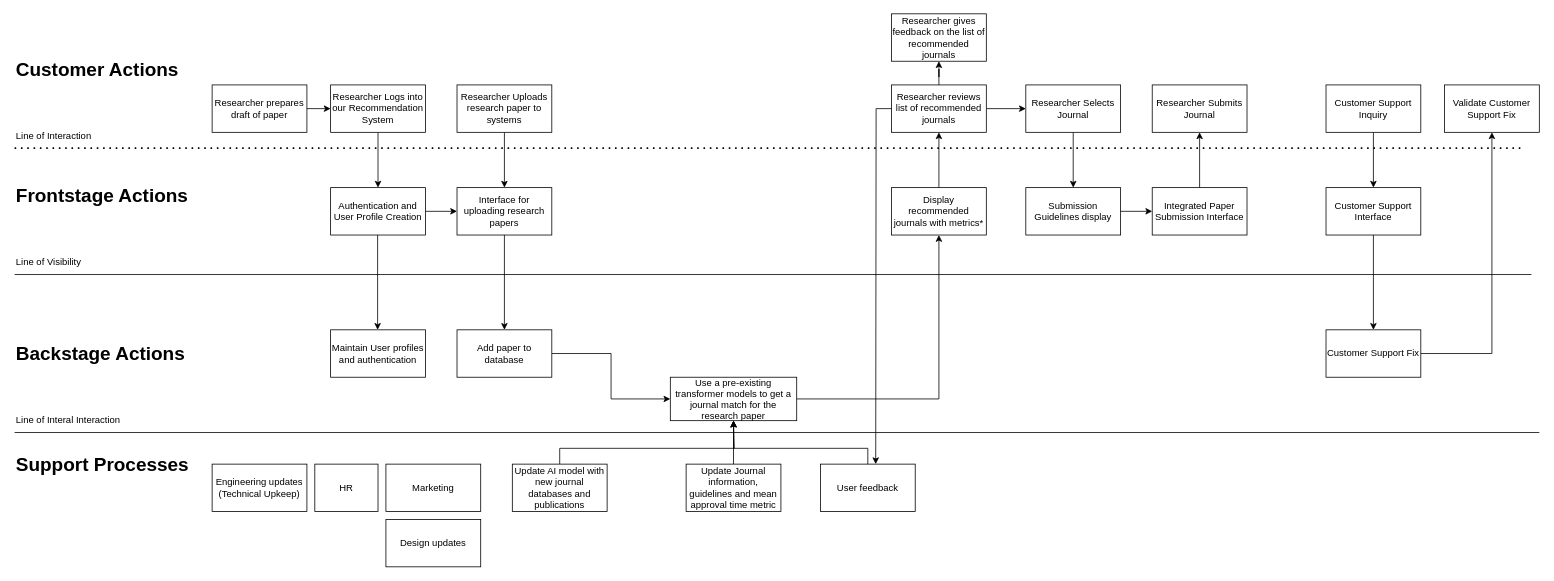
Before: Service.drawio in HB9398/PortfolioHB, a draw.io diagram. Source tidied: cells renumbered, new cells numbered last; positions are measured from the earlier drawing's top-left corner, leaving out a move shared by most shapes. Both pictures are drawn from the tidied source at 79%, with x=0, y=0 at pixel (14, 13).
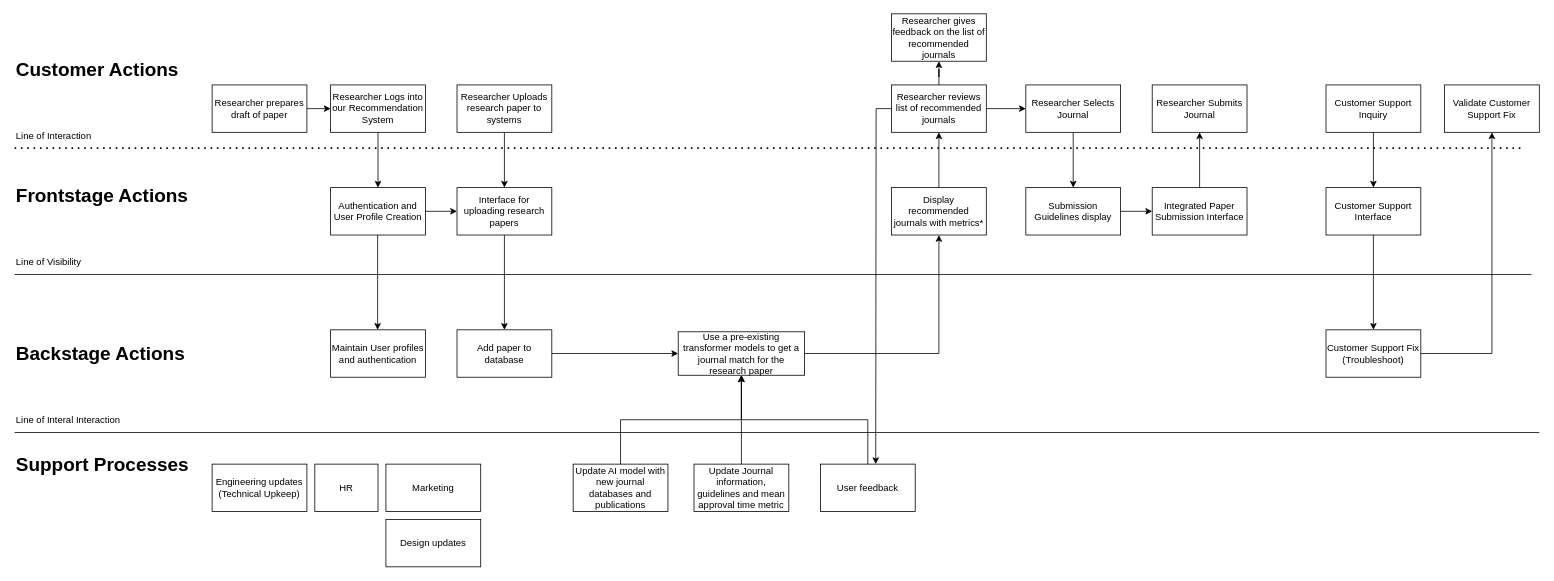
After the change.

The change refers to these unchanged cells:
```xml
<mxCell id="51" value="User feedback" style="rounded=0;whiteSpace=wrap;html=1;" parent="1" vertex="1">
  <mxGeometry x="1020" y="570" width="120" height="60" as="geometry" />
</mxCell>
```

The edit, as a diff of the source:
```diff
@@
     <mxCell id="36" value="Use a pre-existing transformer models to get a journal match for the research paper" style="rounded=0;whiteSpace=wrap;html=1;" parent="1" vertex="1">
-      <mxGeometry x="830" y="460" width="160" height="55" as="geometry" />
+      <mxGeometry x="840" y="402.5" width="160" height="55" as="geometry" />
     </mxCell>
@@
-    <mxCell id="39" style="edgeStyle=orthogonalEdgeStyle;rounded=0;jettySize=auto;html=1;entryX=0.5;entryY=1;entryDx=0;entryDy=0;" parent="1" edge="1" source="40" target="36">
-      <mxGeometry relative="1" as="geometry">
-        <Array as="points">
-          <mxPoint x="690" y="550" />
-          <mxPoint x="911" y="550" />
-        </Array>
-      </mxGeometry>
-    </mxCell>
     <mxCell id="40" value="Update AI model with new journal databases and publications" style="rounded=0;whiteSpace=wrap;html=1;" parent="1" vertex="1">
-      <mxGeometry x="630" y="570" width="120" height="60" as="geometry" />
+      <mxGeometry x="707" y="570" width="120" height="60" as="geometry" />
     </mxCell>
@@
-    <mxCell id="45" value="Customer Support Fix" style="rounded=0;whiteSpace=wrap;html=1;" parent="1" vertex="1">
+    <mxCell id="45" value="Customer Support Fix&lt;br&gt;(Troubleshoot)" style="rounded=0;whiteSpace=wrap;html=1;" parent="1" vertex="1">
       <mxGeometry x="1660" y="400" width="120" height="60" as="geometry" />
     </mxCell>
@@
     <mxCell id="50" value="Update Journal information, guidelines and mean approval time metric" style="rounded=0;whiteSpace=wrap;html=1;" parent="1" vertex="1">
-      <mxGeometry x="850" y="570" width="120" height="60" as="geometry" />
+      <mxGeometry x="860" y="570" width="120" height="60" as="geometry" />
     </mxCell>
@@
-    <mxCell id="52" style="endArrow=classic;html=1;rounded=0;exitX=0.5;exitY=0;exitDx=0;exitDy=0;entryX=0.5;entryY=1;entryDx=0;entryDy=0;edgeStyle=orthogonalEdgeStyle;" parent="1" edge="1" source="51" target="36">
-      <mxGeometry relative="1" as="geometry">
-        <Array as="points">
-          <mxPoint x="1080" y="550" />
-          <mxPoint x="910" y="550" />
-        </Array>
-      </mxGeometry>
-    </mxCell>
@@
+    <mxCell id="39" style="endArrow=classic;html=1;rounded=0;exitX=0.5;exitY=0;exitDx=0;exitDy=0;edgeStyle=orthogonalEdgeStyle;" parent="1" edge="1" source="40" target="36">
+      <mxGeometry relative="1" as="geometry" />
+    </mxCell>
+    <mxCell id="52" style="endArrow=classic;html=1;rounded=0;exitX=0.5;exitY=0;exitDx=0;exitDy=0;entryX=0.5;entryY=1;entryDx=0;entryDy=0;edgeStyle=orthogonalEdgeStyle;" parent="1" edge="1" source="51" target="36">
+      <mxGeometry relative="1" as="geometry" />
+    </mxCell>
```
